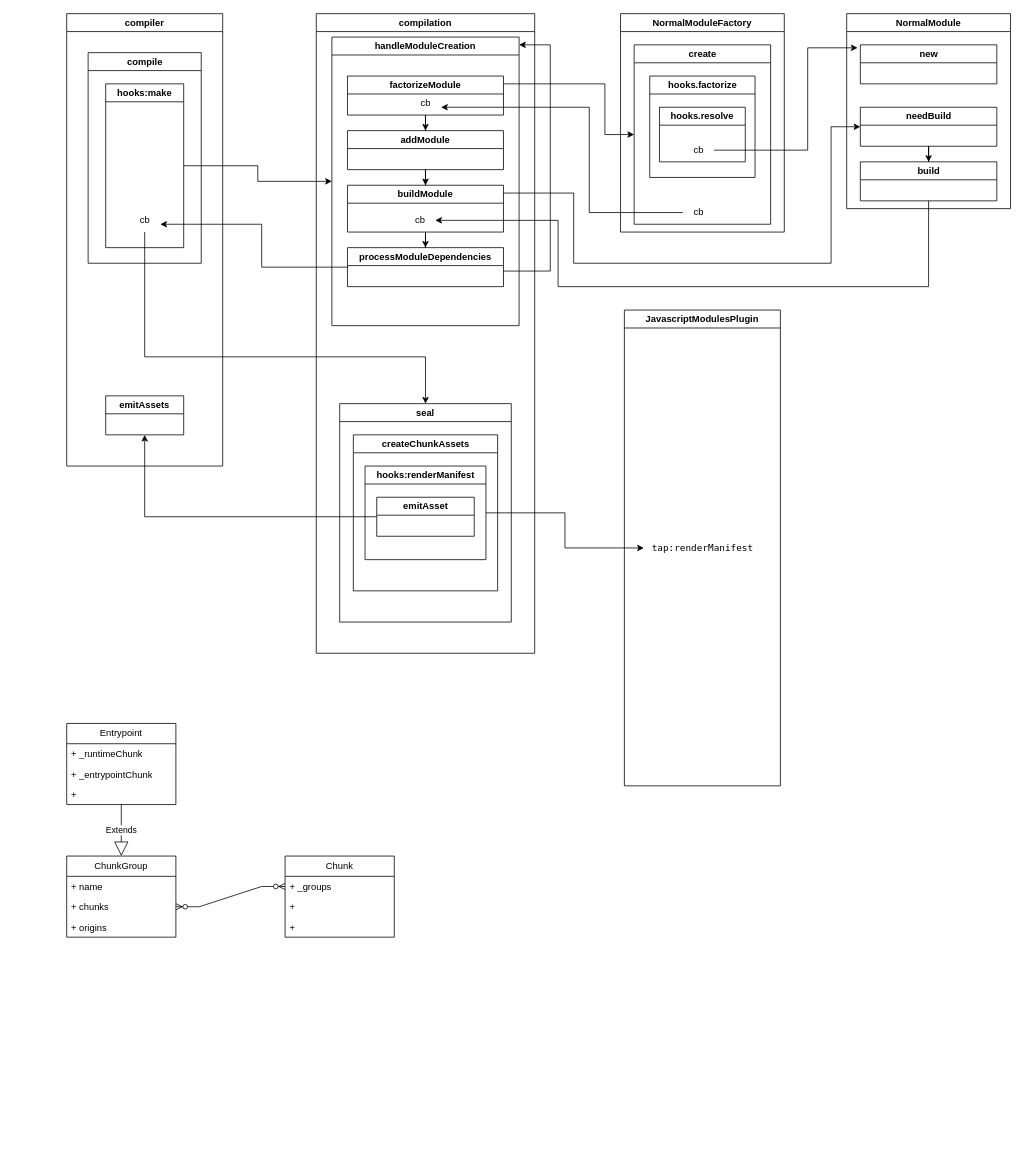
Before: webpack.drawio in ahtimeflies/drawio, a draw.io diagram. Source tidied: cells renumbered, new cells numbered last; positions are measured from the earlier drawing's top-left corner, leaving out a move shared by most shapes. Both pictures are drawn from the tidied source at 78%, with x=0, y=0 at pixel (66, 13).
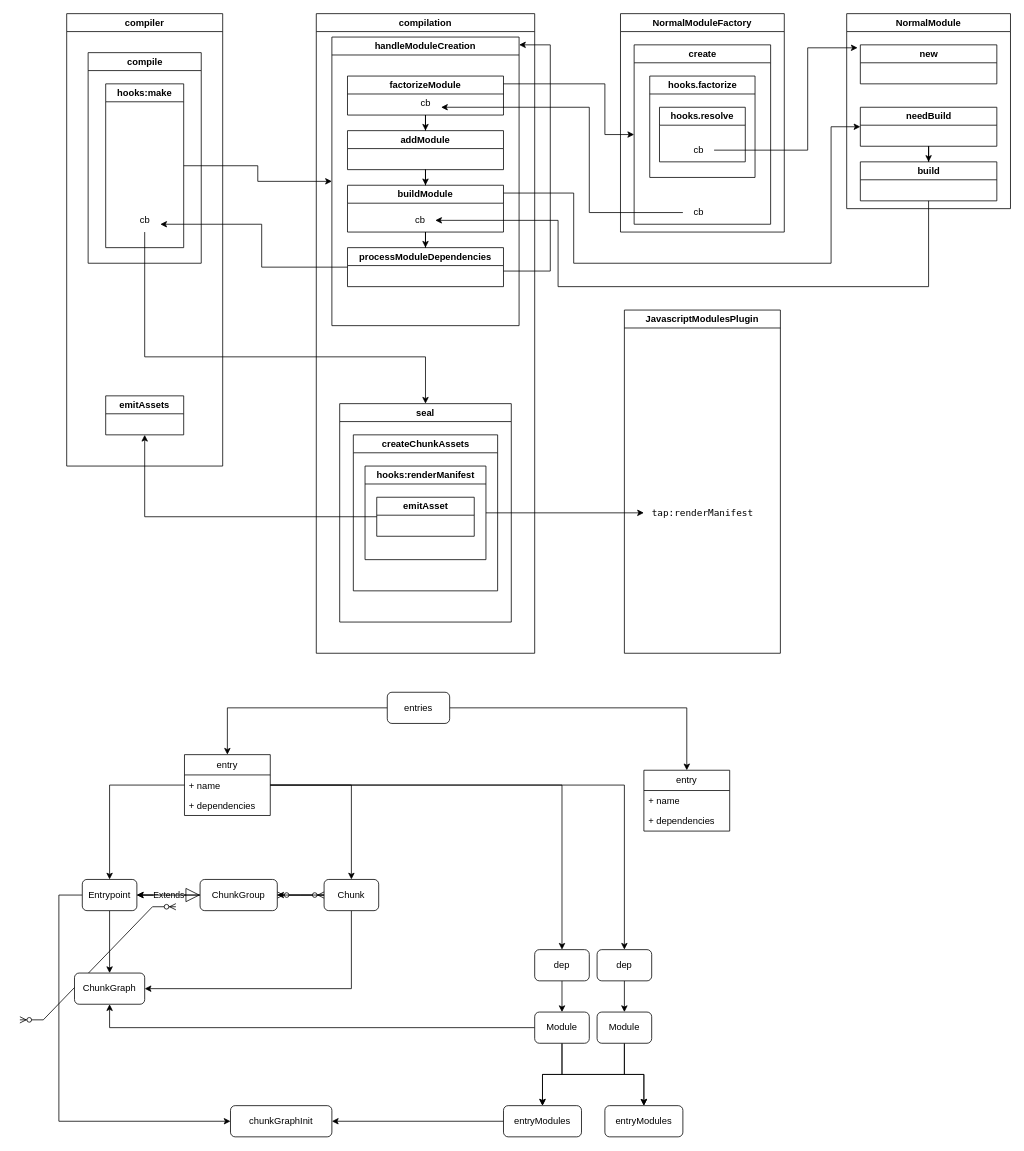
Above is the later version.

The edit, as a diff of the source:
```diff
@@
     <mxCell id="23" value="JavascriptModulesPlugin" style="swimlane;whiteSpace=wrap;html=1;" parent="1" vertex="1">
-      <mxGeometry x="715" y="380" width="200" height="610" as="geometry" />
+      <mxGeometry x="715" y="380" width="200" height="440" as="geometry" />
     </mxCell>
     <mxCell id="24" value="&lt;div style=&quot;font-family: Menlo, Monaco, &amp;quot;Courier New&amp;quot;, monospace; line-height: 18px;&quot;&gt;tap:renderManifest&lt;/div&gt;" style="text;html=1;align=center;verticalAlign=middle;points=[];strokeColor=none;fillColor=none;labelBackgroundColor=default;fontColor=default;" parent="23" vertex="1">
-      <mxGeometry x="25" y="290" width="150" height="30" as="geometry" />
+      <mxGeometry x="25" y="245" width="150" height="30" as="geometry" />
     </mxCell>
@@
+    <mxCell id="59" style="edgeStyle=entityRelationEdgeStyle;fontSize=12;html=1;endArrow=ERzeroToMany;endFill=1;startArrow=ERzeroToMany;rounded=0;" parent="1" edge="1">
+      <mxGeometry relative="1" as="geometry">
+        <mxPoint x="-60" y="1290" as="sourcePoint" />
+        <mxPoint x="140" y="1145" as="targetPoint" />
+      </mxGeometry>
+    </mxCell>
+    <mxCell id="60" style="edgeStyle=orthogonalEdgeStyle;rounded=0;jettySize=auto;html=1;" parent="1" edge="1" source="61" target="50">
+      <mxGeometry relative="1" as="geometry" />
+    </mxCell>
+    <mxCell id="61" value="entry" style="swimlane;fontStyle=0;horizontal=1;startSize=26;fillColor=none;whiteSpace=wrap;html=1;" parent="1" vertex="1">
+      <mxGeometry x="151" y="950" width="110" height="78" as="geometry" />
+    </mxCell>
+    <mxCell id="62" value="+ name" style="text;strokeColor=none;fillColor=none;align=left;verticalAlign=top;spacingLeft=4;spacingRight=4;overflow=hidden;points=[[0,0.5],[1,0.5]];portConstraint=eastwest;whiteSpace=wrap;html=1;" parent="61" vertex="1">
+      <mxGeometry y="26" width="110" height="26" as="geometry" />
+    </mxCell>
+    <mxCell id="63" value="+&amp;nbsp;dependencies" style="text;strokeColor=none;fillColor=none;align=left;verticalAlign=top;spacingLeft=4;spacingRight=4;overflow=hidden;whiteSpace=wrap;html=1;" parent="61" vertex="1">
+      <mxGeometry y="52" width="110" height="26" as="geometry" />
+    </mxCell>
+    <mxCell id="64" value="entry" style="swimlane;fontStyle=0;horizontal=1;startSize=26;fillColor=none;whiteSpace=wrap;html=1;" parent="1" vertex="1">
+      <mxGeometry x="740" y="970" width="110" height="78" as="geometry" />
+    </mxCell>
+    <mxCell id="65" value="+ name" style="text;strokeColor=none;fillColor=none;align=left;verticalAlign=top;spacingLeft=4;spacingRight=4;overflow=hidden;whiteSpace=wrap;html=1;" parent="64" vertex="1">
+      <mxGeometry y="26" width="110" height="26" as="geometry" />
+    </mxCell>
+    <mxCell id="66" value="+&amp;nbsp;dependencies" style="text;strokeColor=none;fillColor=none;align=left;verticalAlign=top;spacingLeft=4;spacingRight=4;overflow=hidden;whiteSpace=wrap;html=1;" parent="64" vertex="1">
+      <mxGeometry y="52" width="110" height="26" as="geometry" />
+    </mxCell>
+    <mxCell id="67" style="edgeStyle=orthogonalEdgeStyle;rounded=0;jettySize=auto;html=1;" parent="1" edge="1" source="61" target="54">
+      <mxGeometry relative="1" as="geometry" />
+    </mxCell>
+    <mxCell id="68" style="edgeStyle=orthogonalEdgeStyle;rounded=0;jettySize=auto;html=1;" parent="1" edge="1" source="54" target="50">
+      <mxGeometry relative="1" as="geometry" />
+    </mxCell>
+    <mxCell id="69" style="edgeStyle=orthogonalEdgeStyle;rounded=0;jettySize=auto;html=1;" parent="1" edge="1" source="54" target="84">
+      <mxGeometry relative="1" as="geometry">
+        <Array as="points">
+          <mxPoint x="365" y="1250" />
+        </Array>
+      </mxGeometry>
+    </mxCell>
+    <mxCell id="54" value="Chunk" style="rounded=1;whiteSpace=wrap;html=1;" parent="1" vertex="1">
+      <mxGeometry x="330" y="1110" width="70" height="40" as="geometry" />
+    </mxCell>
+    <mxCell id="58" value="Extends" style="endArrow=block;endSize=16;endFill=0;html=1;rounded=0;" parent="1" edge="1" source="50" target="46">
+      <mxGeometry x="0.01" relative="1" as="geometry" />
+    </mxCell>
+    <mxCell id="70" style="edgeStyle=entityRelationEdgeStyle;fontSize=12;html=1;endArrow=ERzeroToMany;endFill=1;startArrow=ERzeroToMany;rounded=0;" parent="1" edge="1" source="54" target="46">
+      <mxGeometry relative="1" as="geometry" />
+    </mxCell>
+    <mxCell id="71" style="edgeStyle=orthogonalEdgeStyle;rounded=0;jettySize=auto;html=1;" parent="1" edge="1" source="72" target="83">
+      <mxGeometry relative="1" as="geometry" />
+    </mxCell>
+    <mxCell id="72" value="dep" style="rounded=1;whiteSpace=wrap;html=1;" parent="1" vertex="1">
+      <mxGeometry x="600" y="1200" width="70" height="40" as="geometry" />
+    </mxCell>
+    <mxCell id="73" style="edgeStyle=orthogonalEdgeStyle;rounded=0;jettySize=auto;html=1;" parent="1" edge="1" source="61" target="72">
+      <mxGeometry relative="1" as="geometry" />
+    </mxCell>
+    <mxCell id="74" style="edgeStyle=orthogonalEdgeStyle;rounded=0;jettySize=auto;html=1;" parent="1" edge="1" source="76" target="61">
+      <mxGeometry relative="1" as="geometry" />
+    </mxCell>
+    <mxCell id="75" style="edgeStyle=orthogonalEdgeStyle;rounded=0;jettySize=auto;html=1;" parent="1" edge="1" source="76" target="64">
+      <mxGeometry relative="1" as="geometry" />
+    </mxCell>
+    <mxCell id="76" value="entries" style="rounded=1;whiteSpace=wrap;html=1;" parent="1" vertex="1">
+      <mxGeometry x="411" y="870" width="80" height="40" as="geometry" />
+    </mxCell>
+    <mxCell id="77" style="edgeStyle=orthogonalEdgeStyle;rounded=0;jettySize=auto;html=1;" parent="1" edge="1" source="78" target="91">
+      <mxGeometry relative="1" as="geometry" />
+    </mxCell>
+    <mxCell id="78" value="dep" style="rounded=1;whiteSpace=wrap;html=1;" parent="1" vertex="1">
+      <mxGeometry x="680" y="1200" width="70" height="40" as="geometry" />
+    </mxCell>
+    <mxCell id="79" style="edgeStyle=orthogonalEdgeStyle;rounded=0;jettySize=auto;html=1;" parent="1" edge="1" source="62" target="78">
+      <mxGeometry relative="1" as="geometry" />
+    </mxCell>
+    <mxCell id="80" style="edgeStyle=orthogonalEdgeStyle;rounded=0;jettySize=auto;html=1;" parent="1" edge="1" source="83" target="84">
+      <mxGeometry relative="1" as="geometry" />
+    </mxCell>
+    <mxCell id="81" style="edgeStyle=orthogonalEdgeStyle;rounded=0;jettySize=auto;html=1;" parent="1" edge="1" source="83" target="92">
+      <mxGeometry relative="1" as="geometry">
+        <Array as="points">
+          <mxPoint x="635" y="1360" />
+          <mxPoint x="740" y="1360" />
+        </Array>
+      </mxGeometry>
+    </mxCell>
+    <mxCell id="82" style="edgeStyle=orthogonalEdgeStyle;rounded=0;jettySize=auto;html=1;" parent="1" edge="1" source="83" target="94">
+      <mxGeometry relative="1" as="geometry" />
+    </mxCell>
+    <mxCell id="83" value="Module" style="rounded=1;whiteSpace=wrap;html=1;" parent="1" vertex="1">
+      <mxGeometry x="600" y="1280" width="70" height="40" as="geometry" />
+    </mxCell>
+    <mxCell id="84" value="ChunkGraph" style="rounded=1;whiteSpace=wrap;html=1;" parent="1" vertex="1">
+      <mxGeometry x="10" y="1230" width="90" height="40" as="geometry" />
+    </mxCell>
+    <mxCell id="85" style="edgeStyle=orthogonalEdgeStyle;rounded=0;jettySize=auto;html=1;" parent="1" edge="1" source="46" target="50">
+      <mxGeometry relative="1" as="geometry" />
+    </mxCell>
+    <mxCell id="86" style="edgeStyle=orthogonalEdgeStyle;rounded=0;jettySize=auto;html=1;" parent="1" edge="1" source="50" target="84">
+      <mxGeometry relative="1" as="geometry" />
+    </mxCell>
+    <mxCell id="87" style="edgeStyle=orthogonalEdgeStyle;rounded=0;jettySize=auto;html=1;" parent="1" edge="1" source="50" target="95">
+      <mxGeometry relative="1" as="geometry">
+        <Array as="points">
+          <mxPoint x="-10" y="1130" />
+          <mxPoint x="-10" y="1420" />
+        </Array>
+      </mxGeometry>
+    </mxCell>
+    <mxCell id="50" value="Entrypoint" style="rounded=1;whiteSpace=wrap;html=1;" parent="1" vertex="1">
+      <mxGeometry x="20" y="1110" width="70" height="40" as="geometry" />
+    </mxCell>
+    <mxCell id="88" style="edgeStyle=orthogonalEdgeStyle;rounded=0;jettySize=auto;html=1;" parent="1" edge="1" source="54" target="46">
+      <mxGeometry relative="1" as="geometry" />
+    </mxCell>
-    <mxCell id="46" value="ChunkGroup" style="swimlane;fontStyle=0;horizontal=1;startSize=26;fillColor=none;whiteSpace=wrap;html=1;" parent="1" vertex="1">
-      <mxGeometry y="1080" width="140" height="104" as="geometry" />
+    <mxCell id="46" value="ChunkGroup" style="rounded=1;whiteSpace=wrap;html=1;" parent="1" vertex="1">
+      <mxGeometry x="171" y="1110" width="99" height="40" as="geometry" />
     </mxCell>
-    <mxCell id="47" value="&lt;span style=&quot;color: rgb(0, 0, 0); font-family: Helvetica; font-size: 12px; font-style: normal; font-variant-ligatures: normal; font-variant-caps: normal; font-weight: 400; letter-spacing: normal; orphans: 2; text-align: left; text-indent: 0px; text-transform: none; widows: 2; word-spacing: 0px; -webkit-text-stroke-width: 0px; background-color: rgb(251, 251, 251); text-decoration-thickness: initial; text-decoration-style: initial; text-decoration-color: initial; float: none; display: inline !important;&quot;&gt;+ name&lt;/span&gt;" style="text;strokeColor=none;fillColor=none;align=left;verticalAlign=top;spacingLeft=4;spacingRight=4;overflow=hidden;whiteSpace=wrap;html=1;" parent="46" vertex="1">
-      <mxGeometry y="26" width="140" height="26" as="geometry" />
-    </mxCell>
-    <mxCell id="48" value="+ chunks" style="text;strokeColor=none;fillColor=none;align=left;verticalAlign=top;spacingLeft=4;spacingRight=4;overflow=hidden;points=[[0,0.5],[1,0.5]];portConstraint=eastwest;whiteSpace=wrap;html=1;" parent="46" vertex="1">
-      <mxGeometry y="52" width="140" height="26" as="geometry" />
-    </mxCell>
-    <mxCell id="49" value="+&amp;nbsp;origins" style="text;strokeColor=none;fillColor=none;align=left;verticalAlign=top;spacingLeft=4;spacingRight=4;overflow=hidden;whiteSpace=wrap;html=1;" parent="46" vertex="1">
-      <mxGeometry y="78" width="140" height="26" as="geometry" />
-    </mxCell>
-    <mxCell id="50" value="Entrypoint" style="swimlane;fontStyle=0;horizontal=1;startSize=26;fillColor=none;whiteSpace=wrap;html=1;" parent="1" vertex="1">
-      <mxGeometry y="910" width="140" height="104" as="geometry" />
-    </mxCell>
-    <mxCell id="51" value="+ _runtimeChunk" style="text;strokeColor=none;fillColor=none;align=left;verticalAlign=top;spacingLeft=4;spacingRight=4;overflow=hidden;whiteSpace=wrap;html=1;" parent="50" vertex="1">
-      <mxGeometry y="26" width="140" height="26" as="geometry" />
-    </mxCell>
-    <mxCell id="52" value="+ _entrypointChunk" style="text;strokeColor=none;fillColor=none;align=left;verticalAlign=top;spacingLeft=4;spacingRight=4;overflow=hidden;whiteSpace=wrap;html=1;" parent="50" vertex="1">
-      <mxGeometry y="52" width="140" height="26" as="geometry" />
-    </mxCell>
-    <mxCell id="53" value="+&amp;nbsp;" style="text;strokeColor=none;fillColor=none;align=left;verticalAlign=top;spacingLeft=4;spacingRight=4;overflow=hidden;whiteSpace=wrap;html=1;" parent="50" vertex="1">
-      <mxGeometry y="78" width="140" height="26" as="geometry" />
-    </mxCell>
-    <mxCell id="54" value="Chunk" style="swimlane;fontStyle=0;horizontal=1;startSize=26;fillColor=none;whiteSpace=wrap;html=1;" parent="1" vertex="1">
-      <mxGeometry x="280" y="1080" width="140" height="104" as="geometry" />
-    </mxCell>
-    <mxCell id="55" value="+&amp;nbsp;_groups" style="text;strokeColor=none;fillColor=none;align=left;verticalAlign=top;spacingLeft=4;spacingRight=4;overflow=hidden;points=[[0,0.5],[1,0.5]];portConstraint=eastwest;whiteSpace=wrap;html=1;" parent="54" vertex="1">
-      <mxGeometry y="26" width="140" height="26" as="geometry" />
-    </mxCell>
-    <mxCell id="56" value="+&amp;nbsp;" style="text;strokeColor=none;fillColor=none;align=left;verticalAlign=top;spacingLeft=4;spacingRight=4;overflow=hidden;whiteSpace=wrap;html=1;" parent="54" vertex="1">
-      <mxGeometry y="52" width="140" height="26" as="geometry" />
-    </mxCell>
-    <mxCell id="57" value="+" style="text;strokeColor=none;fillColor=none;align=left;verticalAlign=top;spacingLeft=4;spacingRight=4;overflow=hidden;whiteSpace=wrap;html=1;" parent="54" vertex="1">
-      <mxGeometry y="78" width="140" height="26" as="geometry" />
-    </mxCell>
-    <mxCell id="58" value="Extends" style="endArrow=block;endSize=16;endFill=0;html=1;rounded=0;" parent="1" edge="1" source="50" target="46">
-      <mxGeometry relative="1" as="geometry" />
-    </mxCell>
-    <mxCell id="59" style="edgeStyle=entityRelationEdgeStyle;fontSize=12;html=1;endArrow=ERzeroToMany;endFill=1;startArrow=ERzeroToMany;rounded=0;" parent="1" edge="1" source="55" target="48">
-      <mxGeometry relative="1" as="geometry" />
-    </mxCell>
+    <mxCell id="89" style="edgeStyle=orthogonalEdgeStyle;rounded=0;jettySize=auto;html=1;" parent="1" edge="1" source="91" target="92">
+      <mxGeometry relative="1" as="geometry" />
+    </mxCell>
+    <mxCell id="90" style="edgeStyle=orthogonalEdgeStyle;rounded=0;jettySize=auto;html=1;" parent="1" edge="1" source="91" target="94">
+      <mxGeometry relative="1" as="geometry">
+        <Array as="points">
+          <mxPoint x="715" y="1360" />
+          <mxPoint x="610" y="1360" />
+        </Array>
+      </mxGeometry>
+    </mxCell>
+    <mxCell id="91" value="Module" style="rounded=1;whiteSpace=wrap;html=1;" parent="1" vertex="1">
+      <mxGeometry x="680" y="1280" width="70" height="40" as="geometry" />
+    </mxCell>
+    <mxCell id="92" value="entryModules" style="rounded=1;whiteSpace=wrap;html=1;" parent="1" vertex="1">
+      <mxGeometry x="690" y="1400" width="100" height="40" as="geometry" />
+    </mxCell>
+    <mxCell id="93" style="edgeStyle=orthogonalEdgeStyle;rounded=0;jettySize=auto;html=1;" parent="1" edge="1" source="94" target="95">
+      <mxGeometry relative="1" as="geometry" />
+    </mxCell>
+    <mxCell id="94" value="entryModules" style="rounded=1;whiteSpace=wrap;html=1;" parent="1" vertex="1">
+      <mxGeometry x="560" y="1400" width="100" height="40" as="geometry" />
+    </mxCell>
+    <mxCell id="95" value="chunkGraphInit" style="rounded=1;whiteSpace=wrap;html=1;" parent="1" vertex="1">
+      <mxGeometry x="210" y="1400" width="130" height="40" as="geometry" />
+    </mxCell>
```
